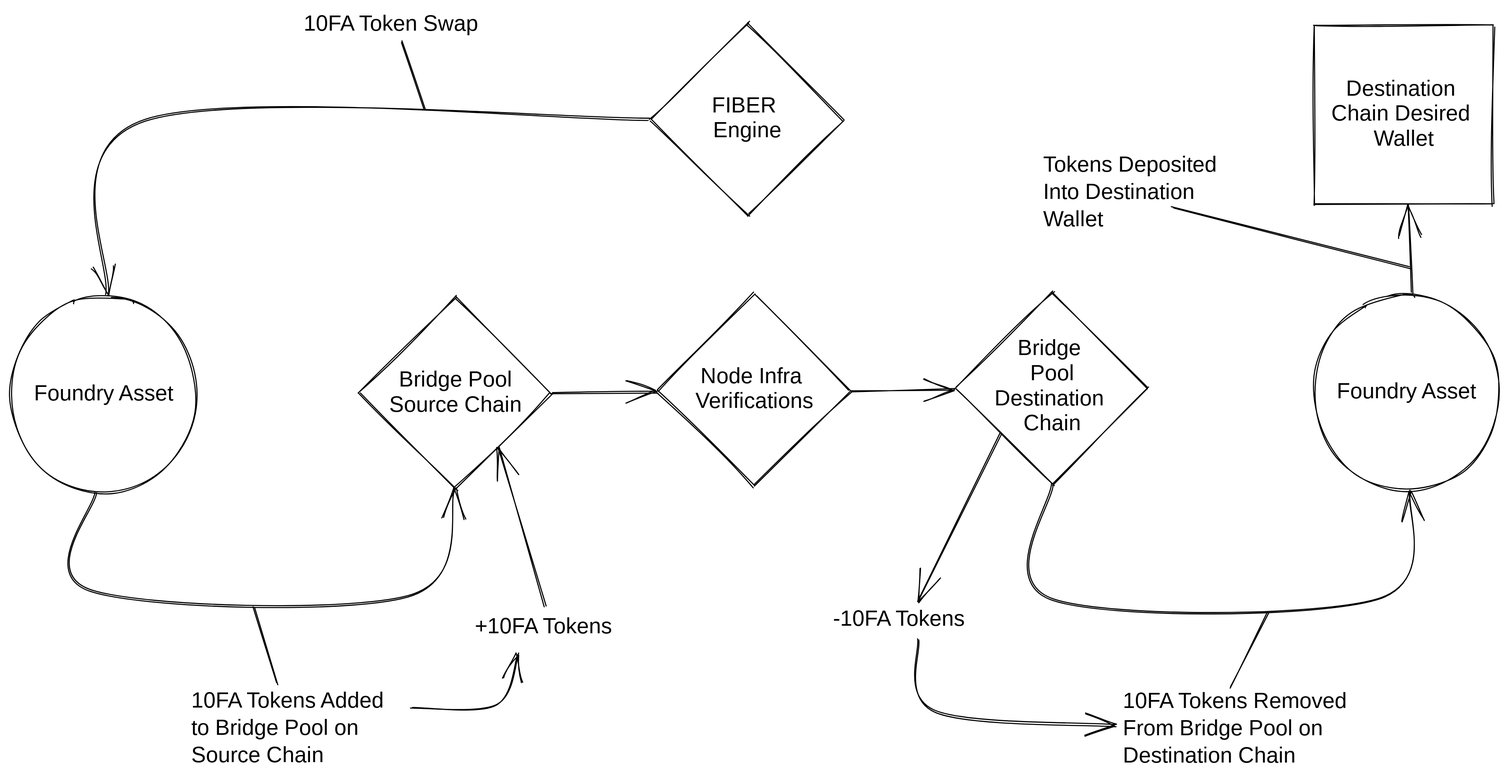
Above: .gitbook/assets/file.drawing (4).svg in ferrumnet/ferrum-network-multiSwap-and-bridge-architecture (Excalidraw), before the change. Source tidied: one line per element, renumbered; positions are measured from the earlier drawing's top-left corner, leaving out a move shared by most shapes.
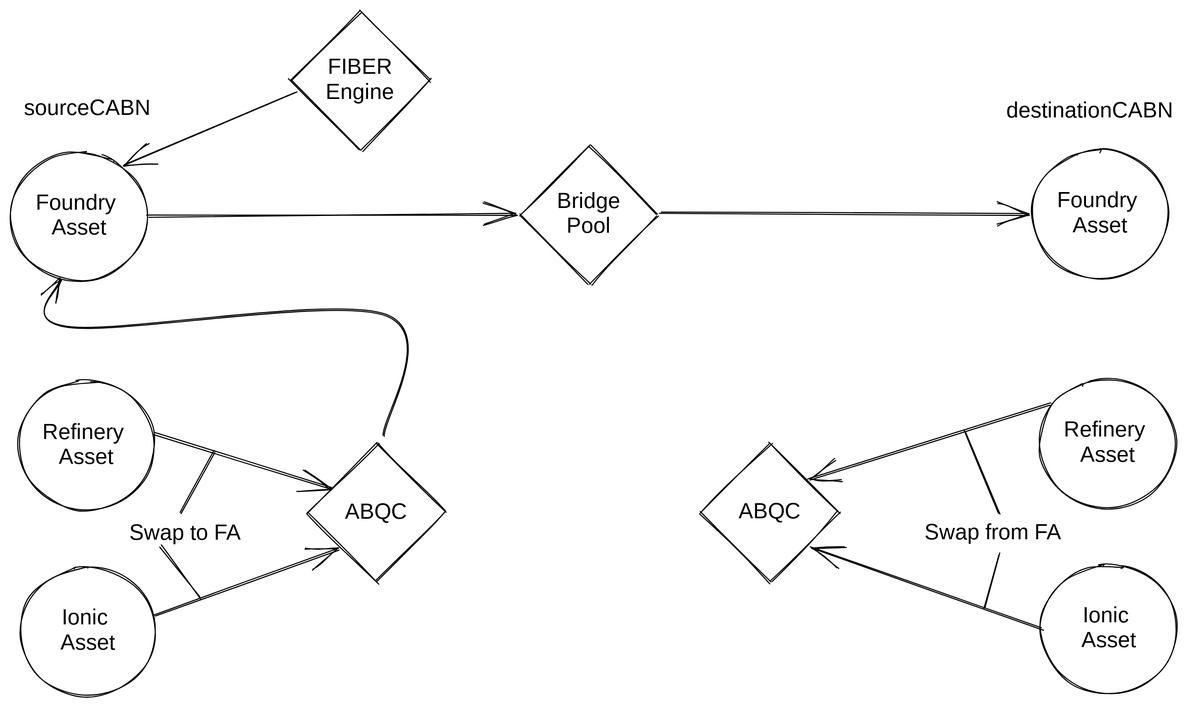
The same file after the commit.

The edit, as a diff of the source:
```diff
@@ -1,34 +1,36 @@
-{"id": 0, "type": "diamond", "strokeColor": "#000000", "strokeWidth": 1, "roughness": 1, "x": 321, "y": 263, "width": 177, "height": 177}
-{"id": 1, "type": "diamond", "strokeColor": "#000000", "strokeWidth": 1, "roughness": 1, "x": 870, "y": 258, "width": 177, "height": 177}
-{"id": 2, "type": "diamond", "strokeColor": "#000000", "strokeWidth": 1, "roughness": 1, "x": 596, "y": 260, "width": 177, "height": 177}
-{"id": 3, "type": "diamond", "strokeColor": "#000000", "strokeWidth": 1, "roughness": 1, "x": 589, "y": 11, "width": 177, "height": 177}
-{"id": 4, "type": "text", "text": "Bridge Pool\nSource Chain", "strokeColor": "#000000", "strokeWidth": 1, "roughness": 1, "fontSize": 20, "fontFamily": 1, "textAlign": "center", "verticalAlign": "middle", "inside": 0, "x": 326, "y": 329, "width": 167, "height": 46}
-{"id": 5, "type": "text", "text": "Bridge \nPool\nDestination \nChain", "strokeColor": "#000000", "strokeWidth": 1, "roughness": 1, "fontSize": 20, "fontFamily": 1, "textAlign": "center", "verticalAlign": "middle", "inside": 1, "x": 875, "y": 300, "width": 167, "height": 92}
-{"id": 6, "type": "text", "text": "Node Infra \nVerifications", "strokeColor": "#000000", "strokeWidth": 1, "roughness": 1, "fontSize": 20, "fontFamily": 1, "textAlign": "center", "verticalAlign": "middle", "inside": 2, "x": 601, "y": 325, "width": 167, "height": 46}
+{"id": 34, "type": "diamond", "strokeColor": "#000000", "strokeWidth": 1, "roughness": 1, "x": 589, "y": 36, "width": 128, "height": 128}
+{"id": 35, "type": "diamond", "strokeColor": "#000000", "strokeWidth": 1, "roughness": 1, "x": 800, "y": 159, "width": 128, "height": 128}
+{"id": 36, "type": "diamond", "strokeColor": "#000000", "strokeWidth": 1, "roughness": 1, "x": 604, "y": 434, "width": 128, "height": 128}
+{"id": 37, "type": "diamond", "strokeColor": "#000000", "strokeWidth": 1, "roughness": 1, "x": 967, "y": 434, "width": 128, "height": 128}
-{"id": 7, "type": "text", "text": "FIBER \nEngine", "strokeColor": "#000000", "strokeWidth": 1, "roughness": 1, "fontSize": 20, "fontFamily": 1, "textAlign": "center", "verticalAlign": "middle", "inside": 3, "x": 594, "y": 76, "width": 167, "height": 46}
+{"id": 7, "type": "text", "text": "FIBER\nEngine", "strokeColor": "#000000", "strokeWidth": 1, "roughness": 1, "fontSize": 20, "fontFamily": 1, "textAlign": "center", "verticalAlign": "middle", "inside": 34, "x": 594, "y": 76, "width": 118, "height": 46}
-{"id": 8, "type": "ellipse", "strokeColor": "#000000", "strokeWidth": 1, "roughness": 1, "x": 0, "y": 262, "width": 170, "height": 181}
-{"id": 9, "type": "ellipse", "strokeColor": "#000000", "strokeWidth": 1, "roughness": 1, "x": 1200, "y": 261, "width": 170, "height": 181}
-{"id": 10, "type": "text", "text": "Foundry Asset", "strokeColor": "#000000", "strokeWidth": 1, "roughness": 1, "fontSize": 20, "fontFamily": 1, "textAlign": "center", "verticalAlign": "middle", "inside": 8, "x": 5, "y": 341, "width": 160, "height": 23}
-{"id": 11, "type": "text", "text": "Foundry Asset", "strokeColor": "#000000", "strokeWidth": 1, "roughness": 1, "fontSize": 20, "fontFamily": 1, "textAlign": "center", "verticalAlign": "middle", "inside": 9, "x": 1205, "y": 340, "width": 160, "height": 23}
-{"id": 12, "type": "arrow", "strokeColor": "#000000", "strokeWidth": 1, "roughness": 1, "endArrowhead": "arrow", "from": 3, "to": 8, "x": 588, "y": 100, "width": 500, "height": 162, "points": [[0, 0], [-465, 1], [-500, 162]]}
-{"id": 13, "type": "arrow", "strokeColor": "#000000", "strokeWidth": 1, "roughness": 1, "endArrowhead": "arrow", "to": 0, "x": 79, "y": 442, "width": 335, "height": 98, "points": [[0, 0], [-5, 91], [286, 95], [330, -3]]}
-{"id": 14, "type": "text", "text": "10FA Token Swap", "strokeColor": "#000000", "strokeWidth": 1, "roughness": 1, "fontSize": 20, "fontFamily": 1, "x": 270, "y": 0, "width": 170, "height": 25}
-{"id": 15, "type": "line", "strokeColor": "#000000", "strokeWidth": 1, "roughness": 1, "x": 382, "y": 90, "width": 23, "height": 63, "points": [[0, 0], [-23, -63]]}
-{"id": 16, "type": "text", "text": "10FA Tokens Added\nto Bridge Pool on\nSource Chain", "strokeColor": "#000000", "strokeWidth": 1, "roughness": 1, "fontSize": 20, "fontFamily": 1, "x": 166, "y": 623, "width": 190, "height": 75}
-{"id": 17, "type": "text", "text": "10FA Tokens Removed\nFrom Bridge Pool on\nDestination Chain", "strokeColor": "#000000", "strokeWidth": 1, "roughness": 1, "fontSize": 20, "fontFamily": 1, "x": 1024, "y": 624, "width": 213, "height": 75}
-{"id": 18, "type": "arrow", "strokeColor": "#000000", "strokeWidth": 1, "roughness": 1, "endArrowhead": "arrow", "to": 2, "x": 497, "y": 352, "width": 98, "height": 1, "points": [[0, 0], [98, -1]]}
-{"id": 19, "type": "text", "text": "+10FA Tokens", "strokeColor": "#000000", "strokeWidth": 1, "roughness": 1, "fontSize": 20, "fontFamily": 1, "x": 427, "y": 555, "width": 135, "height": 25}
-{"id": 20, "type": "text", "text": "-10FA Tokens", "strokeColor": "#000000", "strokeWidth": 1, "roughness": 1, "fontSize": 20, "fontFamily": 1, "x": 757, "y": 548, "width": 131, "height": 25}
-{"id": 21, "type": "arrow", "strokeColor": "#000000", "strokeWidth": 1, "roughness": 1, "endArrowhead": "arrow", "from": 16, "to": 19, "x": 368, "y": 641, "width": 100, "height": 50, "points": [[0, 0], [79, -2], [100, -50]]}
-{"id": 22, "type": "line", "strokeColor": "#000000", "strokeWidth": 1, "roughness": 1, "x": 225, "y": 548, "width": 22, "height": 71, "points": [[0, 0], [22, 71]]}
-{"id": 23, "type": "arrow", "strokeColor": "#000000", "strokeWidth": 1, "roughness": 1, "endArrowhead": "arrow", "from": 19, "to": 0, "x": 492, "y": 548, "width": 43, "height": 147, "points": [[0, 0], [-43, -147]]}
-{"id": 24, "type": "arrow", "strokeColor": "#000000", "strokeWidth": 1, "roughness": 1, "endArrowhead": "arrow", "from": 2, "to": 1, "x": 774, "y": 350, "width": 96, "height": 3, "points": [[0, 0], [96, -3]]}
-{"id": 25, "type": "arrow", "strokeColor": "#000000", "strokeWidth": 1, "roughness": 1, "endArrowhead": "arrow", "from": 1, "to": 9, "x": 960, "y": 435, "width": 328, "height": 106, "points": [[0, 0], [0, 106], [299, 106], [328, 6]]}
-{"id": 26, "type": "line", "strokeColor": "#000000", "strokeWidth": 1, "roughness": 1, "x": 1158, "y": 553, "width": 36, "height": 68, "points": [[0, 0], [-36, 68]]}
-{"id": 27, "type": "arrow", "strokeColor": "#000000", "strokeWidth": 1, "roughness": 1, "endArrowhead": "arrow", "from": 1, "to": 20, "x": 912, "y": 390, "width": 75, "height": 152, "points": [[0, 0], [-75, 152]]}
-{"id": 28, "type": "arrow", "strokeColor": "#000000", "strokeWidth": 1, "roughness": 1, "endArrowhead": "arrow", "from": 20, "to": 17, "x": 835, "y": 578, "width": 182, "height": 79, "points": [[0, 0], [15, 67], [182, 79]]}
-{"id": 29, "type": "rectangle", "strokeColor": "#000000", "strokeWidth": 1, "roughness": 1, "x": 1200, "y": 14, "width": 164, "height": 164}
-{"id": 30, "type": "text", "text": "Destination \nChain Desired \nWallet", "strokeColor": "#000000", "strokeWidth": 1, "roughness": 1, "fontSize": 20, "fontFamily": 1, "textAlign": "center", "verticalAlign": "middle", "inside": 29, "x": 1205, "y": 61, "width": 154, "height": 69}
-{"id": 31, "type": "arrow", "strokeColor": "#000000", "strokeWidth": 1, "roughness": 1, "endArrowhead": "arrow", "from": 9, "to": 29, "x": 1291, "y": 260, "width": 5, "height": 81, "points": [[0, 0], [-5, -81]]}
-{"id": 32, "type": "text", "text": "Tokens Deposited\nInto Destination\nWallet", "strokeColor": "#000000", "strokeWidth": 1, "roughness": 1, "fontSize": 20, "fontFamily": 1, "x": 950, "y": 130, "width": 174, "height": 75}
-{"id": 33, "type": "line", "strokeColor": "#000000", "strokeWidth": 1, "roughness": 1, "x": 1288, "y": 237, "width": 219, "height": 56, "points": [[0, 0], [-219, -56]]}
+{"id": 38, "type": "text", "text": "Bridge\nPool", "strokeColor": "#000000", "strokeWidth": 1, "roughness": 1, "fontSize": 20, "fontFamily": 1, "textAlign": "center", "verticalAlign": "middle", "inside": 35, "x": 805, "y": 200, "width": 118, "height": 46}
+{"id": 39, "type": "text", "text": "ABQC", "strokeColor": "#000000", "strokeWidth": 1, "roughness": 1, "fontSize": 20, "fontFamily": 1, "textAlign": "center", "verticalAlign": "middle", "inside": 36, "x": 609, "y": 486, "width": 118, "height": 23}
+{"id": 40, "type": "text", "text": "ABQC", "strokeColor": "#000000", "strokeWidth": 1, "roughness": 1, "fontSize": 20, "fontFamily": 1, "textAlign": "center", "verticalAlign": "middle", "inside": 37, "x": 972, "y": 486, "width": 118, "height": 23}
+{"id": 41, "type": "ellipse", "strokeColor": "#000000", "strokeWidth": 1, "roughness": 1, "x": 332, "y": 166, "width": 125, "height": 119}
+{"id": 42, "type": "ellipse", "strokeColor": "#000000", "strokeWidth": 1, "roughness": 1, "x": 1272, "y": 164, "width": 125, "height": 119}
+{"id": 43, "type": "ellipse", "strokeColor": "#000000", "strokeWidth": 1, "roughness": 1, "x": 339, "y": 376, "width": 125, "height": 119}
+{"id": 44, "type": "ellipse", "strokeColor": "#000000", "strokeWidth": 1, "roughness": 1, "x": 1279, "y": 374, "width": 125, "height": 119}
+{"id": 45, "type": "ellipse", "strokeColor": "#000000", "strokeWidth": 1, "roughness": 1, "x": 340, "y": 548, "width": 125, "height": 119}
+{"id": 46, "type": "ellipse", "strokeColor": "#000000", "strokeWidth": 1, "roughness": 1, "x": 1280, "y": 546, "width": 125, "height": 119}
+{"id": 47, "type": "text", "text": "Foundry \nAsset", "strokeColor": "#000000", "strokeWidth": 1, "roughness": 1, "fontSize": 20, "fontFamily": 1, "textAlign": "center", "verticalAlign": "middle", "inside": 41, "x": 337, "y": 201, "width": 115, "height": 46}
+{"id": 48, "type": "text", "text": "Foundry \nAsset", "strokeColor": "#000000", "strokeWidth": 1, "roughness": 1, "fontSize": 20, "fontFamily": 1, "textAlign": "center", "verticalAlign": "middle", "inside": 42, "x": 1277, "y": 199, "width": 115, "height": 46}
+{"id": 49, "type": "text", "text": "Refinery \nAsset", "strokeColor": "#000000", "strokeWidth": 1, "roughness": 1, "fontSize": 20, "fontFamily": 1, "textAlign": "center", "verticalAlign": "middle", "inside": 43, "x": 344, "y": 413, "width": 115, "height": 46}
+{"id": 50, "type": "text", "text": "Refinery \nAsset", "strokeColor": "#000000", "strokeWidth": 1, "roughness": 1, "fontSize": 20, "fontFamily": 1, "textAlign": "center", "verticalAlign": "middle", "inside": 44, "x": 1284, "y": 411, "width": 115, "height": 46}
+{"id": 51, "type": "text", "text": "Ionic \nAsset", "strokeColor": "#000000", "strokeWidth": 1, "roughness": 1, "fontSize": 20, "fontFamily": 1, "textAlign": "center", "verticalAlign": "middle", "inside": 45, "x": 345, "y": 584, "width": 115, "height": 46}
+{"id": 52, "type": "text", "text": "Ionic \nAsset", "strokeColor": "#000000", "strokeWidth": 1, "roughness": 1, "fontSize": 20, "fontFamily": 1, "textAlign": "center", "verticalAlign": "middle", "inside": 46, "x": 1285, "y": 582, "width": 115, "height": 46}
+{"id": 53, "type": "text", "text": "sourceCABN", "strokeColor": "#000000", "strokeWidth": 1, "roughness": 1, "fontSize": 20, "fontFamily": 1, "x": 344, "y": 113, "width": 117, "height": 25}
+{"id": 54, "type": "arrow", "strokeColor": "#000000", "strokeWidth": 1, "roughness": 1, "endArrowhead": "arrow", "from": 45, "to": 36, "x": 464, "y": 593, "width": 170, "height": 62, "points": [[0, 0], [170, -62]]}
+{"id": 55, "type": "text", "text": "Swap to FA", "strokeColor": "#000000", "strokeWidth": 1, "roughness": 1, "fontSize": 20, "fontFamily": 1, "x": 441, "y": 504, "width": 116, "height": 25}
+{"id": 56, "type": "arrow", "strokeColor": "#000000", "strokeWidth": 1, "roughness": 1, "endArrowhead": "arrow", "from": 43, "x": 463, "y": 425, "width": 165, "height": 50, "points": [[0, 0], [165, 50]]}
+{"id": 57, "type": "line", "strokeColor": "#000000", "strokeWidth": 1, "roughness": 1, "x": 488, "y": 499, "width": 32, "height": 57, "points": [[0, 0], [32, -57]]}
+{"id": 58, "type": "line", "strokeColor": "#000000", "strokeWidth": 1, "roughness": 1, "x": 471, "y": 528, "width": 35, "height": 48, "points": [[0, 0], [35, 48]]}
+{"id": 59, "type": "arrow", "strokeColor": "#000000", "strokeWidth": 1, "roughness": 1, "endArrowhead": "arrow", "from": 36, "to": 41, "x": 675, "y": 428, "width": 298, "height": 144, "points": [[0, 0], [1, -113], [-288, -100], [-297, -144]]}
+{"id": 60, "type": "arrow", "strokeColor": "#000000", "strokeWidth": 1, "roughness": 1, "endArrowhead": "arrow", "from": 41, "to": 35, "x": 457, "y": 225, "width": 340, "height": 1, "points": [[0, 0], [340, -1]]}
+{"id": 61, "type": "text", "text": "destinationCABN", "strokeColor": "#000000", "strokeWidth": 1, "roughness": 1, "fontSize": 20, "fontFamily": 1, "x": 1248, "y": 116, "width": 162, "height": 25}
+{"id": 62, "type": "arrow", "strokeColor": "#000000", "strokeWidth": 1, "roughness": 1, "endArrowhead": "arrow", "from": 35, "to": 42, "x": 930, "y": 222, "width": 339, "height": 1, "points": [[0, 0], [339, 1]]}
+{"id": 63, "type": "arrow", "strokeColor": "#000000", "strokeWidth": 1, "roughness": 1, "endArrowhead": "arrow", "from": 44, "to": 37, "x": 1288, "y": 397, "width": 222, "height": 71, "points": [[0, 0], [-222, 71]]}
+{"id": 64, "type": "arrow", "strokeColor": "#000000", "strokeWidth": 1, "roughness": 1, "endArrowhead": "arrow", "to": 37, "x": 1281, "y": 604, "width": 212, "height": 75, "points": [[0, 0], [-212, -75]]}
+{"id": 65, "type": "text", "text": "Swap from FA", "strokeColor": "#000000", "strokeWidth": 1, "roughness": 1, "fontSize": 20, "fontFamily": 1, "x": 1173, "y": 504, "width": 135, "height": 25}
+{"id": 66, "type": "line", "strokeColor": "#000000", "strokeWidth": 1, "roughness": 1, "x": 1242, "y": 498, "width": 31, "height": 76, "points": [[0, 0], [-31, -76]]}
+{"id": 67, "type": "line", "strokeColor": "#000000", "strokeWidth": 1, "roughness": 1, "x": 1241, "y": 535, "width": 12, "height": 50, "points": [[0, 0], [-12, 50]]}
+{"id": 68, "type": "arrow", "strokeColor": "#000000", "strokeWidth": 1, "roughness": 1, "endArrowhead": "arrow", "from": 34, "to": 41, "x": 595, "y": 109, "width": 158, "height": 69, "points": [[0, 0], [-158, 69]]}
```
